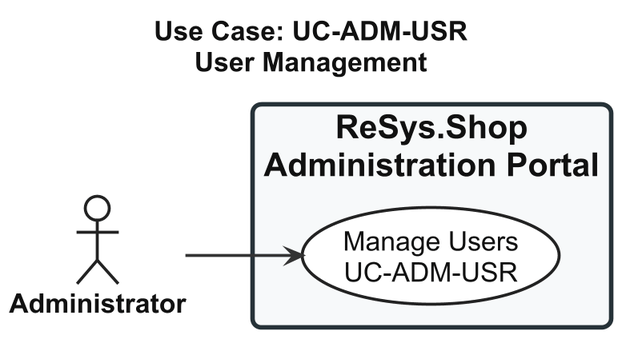
Before: thesis/figures/chapters/part2/ch2-design/02-use-cases/diagrams/P2S2.2.2_usecase-user-management.png, a diagram exported from PlantUML (qingfa-dev/ReSys.Shop).
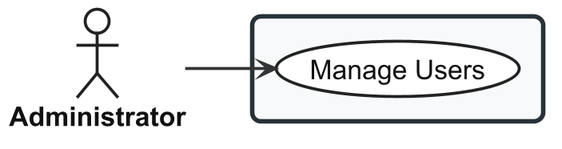
Above is the later version.

What changed in the source:
```diff
@@ -56,13 +56,12 @@
 
 </style>
 
-title Use Case: UC-ADM-USR\nUser Management
 
 actor "Administrator" as Admin
 
-rectangle "ReSys.Shop\nAdministration Portal" {
+rectangle {
 
-  usecase "Manage Users\nUC-ADM-USR" as UC_MAIN
+  usecase "Manage Users" as UC_MAIN
 
 }
 
```
